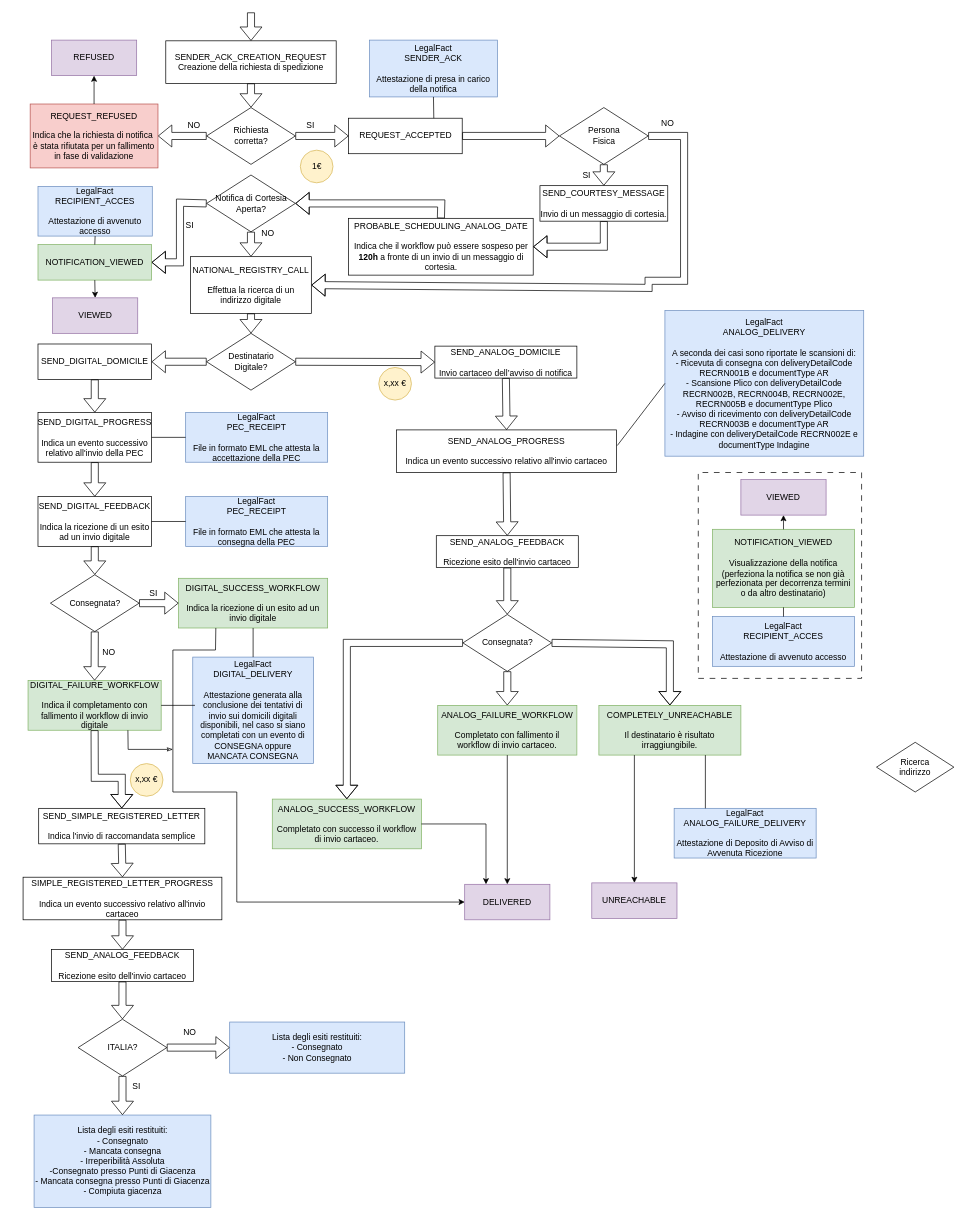
marcogarbujoabaco/drawio keeps this draw.io diagram as page "Spedizione" (5 of 5) of Easy Notification.drawio. Above is the earlier version. Source tidied: cells renumbered, new cells numbered last; positions are measured from the earlier drawing's top-left corner, leaving out a move shared by most shapes. Both pictures are drawn from the tidied source at 71%, with x=0, y=0 at pixel (23, 12).
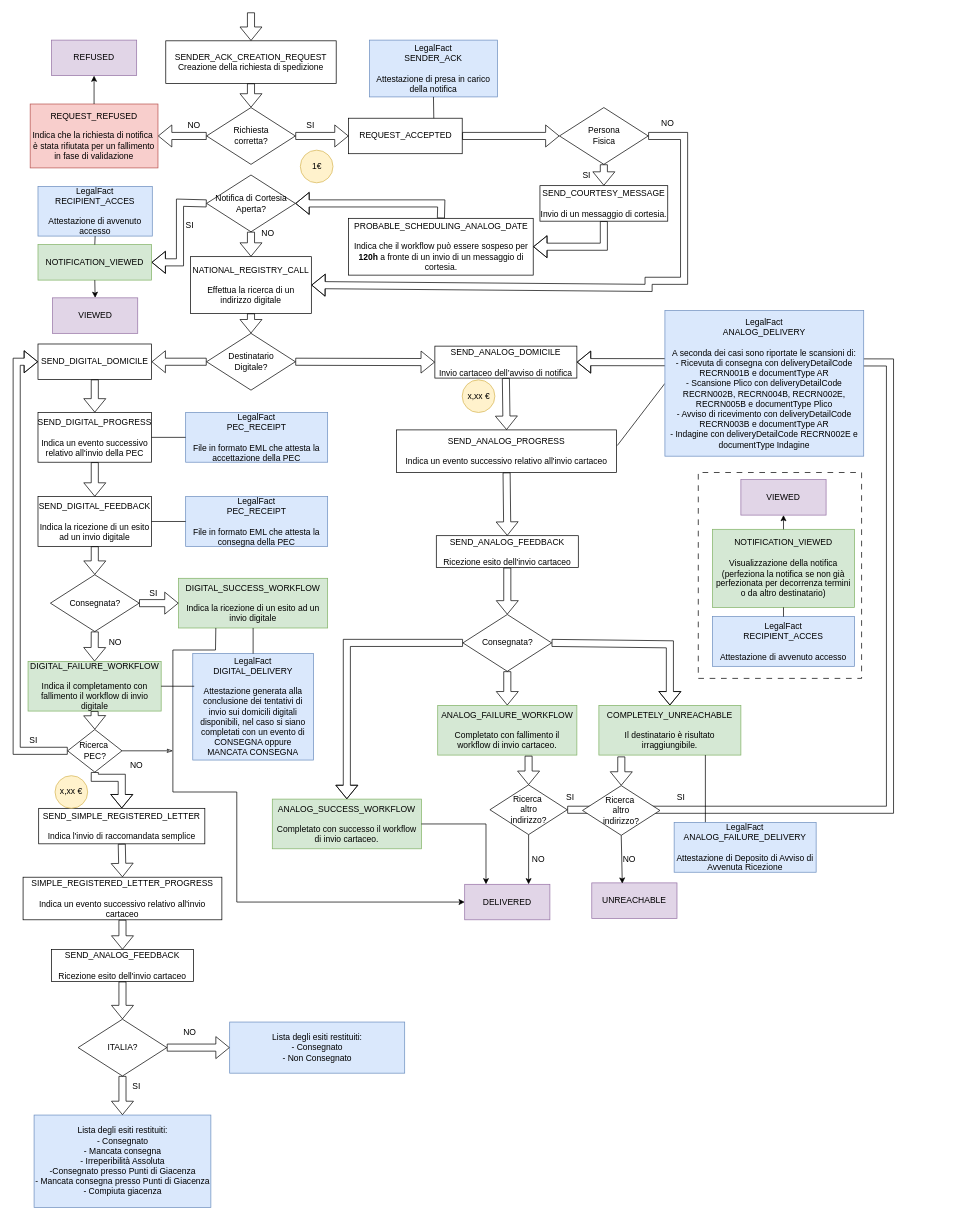
The same diagram, later.

Unchanged cells that the change refers to:
```xml
<mxCell id="9" value="SEND_DIGITAL_DOMICILE" style="rounded=0;whiteSpace=wrap;html=1;" parent="1" vertex="1">
  <mxGeometry x="21" y="467" width="160" height="50" as="geometry" />
</mxCell>
<mxCell id="15" value="SEND_ANALOG_DOMICILE&lt;div&gt;&lt;br&gt;&lt;/div&gt;&lt;div&gt;Invio cartaceo dell’avviso di notifica&lt;/div&gt;" style="rounded=0;whiteSpace=wrap;html=1;" parent="1" vertex="1">
  <mxGeometry x="580" y="470" width="200" height="45" as="geometry" />
</mxCell>
<mxCell id="19" value="ANALOG_FAILURE_WORKFLOW&lt;div&gt;&lt;br&gt;&lt;/div&gt;&lt;div&gt;Completato con fallimento il workflow di invio cartaceo.&lt;/div&gt;" style="rounded=0;whiteSpace=wrap;html=1;fillColor=#d5e8d4;strokeColor=#82b366;" parent="1" vertex="1">
  <mxGeometry x="584" y="976" width="196" height="70" as="geometry" />
</mxCell>
<mxCell id="20" value="COMPLETELY_UNREACHABLE&lt;div&gt;&lt;br&gt;&lt;/div&gt;&lt;div&gt;Il destinatario è risultato irraggiungibile.&lt;/div&gt;" style="rounded=0;whiteSpace=wrap;html=1;fillColor=#d5e8d4;strokeColor=#82b366;" parent="1" vertex="1">
  <mxGeometry x="811" y="976" width="200" height="70" as="geometry" />
</mxCell>
<mxCell id="29" value="SEND_SIMPLE_REGISTERED_LETTER&lt;div&gt;&lt;br&gt;&lt;/div&gt;&lt;div&gt;Indica l'invio di raccomandata semplice&lt;/div&gt;" style="rounded=0;whiteSpace=wrap;html=1;" parent="1" vertex="1">
  <mxGeometry x="22" y="1121" width="234" height="50" as="geometry" />
</mxCell>
<mxCell id="87" value="DELIVERED" style="rounded=0;whiteSpace=wrap;html=1;fillColor=#e1d5e7;strokeColor=#9673a6;" parent="1" vertex="1">
  <mxGeometry x="622" y="1228" width="120" height="50" as="geometry" />
</mxCell>
<mxCell id="92" value="UNREACHABLE" style="rounded=0;whiteSpace=wrap;html=1;fillColor=#e1d5e7;strokeColor=#9673a6;" parent="1" vertex="1">
  <mxGeometry x="801" y="1226" width="120" height="50" as="geometry" />
</mxCell>
```

Diff of the diagram source:
```diff
@@
     <mxCell id="14" value="DIGITAL_FAILURE_WORKFLOW&lt;div&gt;&lt;br&gt;&lt;/div&gt;&lt;div&gt;Indica il completamento con fallimento il workflow di invio digitale&lt;/div&gt;" style="rounded=0;whiteSpace=wrap;html=1;fillColor=#d5e8d4;strokeColor=#82b366;" parent="1" vertex="1">
-      <mxGeometry x="7" y="941" width="187.5" height="70" as="geometry" />
+      <mxGeometry x="7" y="914" width="187.5" height="70" as="geometry" />
     </mxCell>
@@
-    <mxCell id="21" value="LegalFact&lt;div&gt;ANALOG_FAILURE_DELIVERY&lt;/div&gt;&lt;div&gt;&lt;br&gt;&lt;/div&gt;&lt;div&gt;Attestazione di Deposito di Avviso di Avvenuta Ricezione&lt;/div&gt;" style="rounded=0;whiteSpace=wrap;html=1;fillColor=#dae8fc;strokeColor=#6c8ebf;" parent="1" vertex="1">
-      <mxGeometry x="917" y="1121" width="200" height="70" as="geometry" />
-    </mxCell>
@@
-    <mxCell id="27" value="LegalFact&lt;div&gt;ANALOG_DELIVERY&lt;/div&gt;&lt;div&gt;&lt;br&gt;&lt;/div&gt;&lt;div&gt;&lt;div&gt;A seconda dei casi sono riportate le scansioni di:&lt;/div&gt;&lt;div&gt;- Ricevuta di consegna con deliveryDetailCode RECRN001B e documentType AR&lt;/div&gt;&lt;div&gt;- Scansione Plico con deliveryDetailCode RECRN002B, RECRN004B, RECRN002E, RECRN005B e documentType Plico&lt;/div&gt;&lt;div&gt;- Avviso di ricevimento con deliveryDetailCode RECRN003B e documentType AR&lt;/div&gt;&lt;div&gt;- Indagine con deliveryDetailCode RECRN002E e documentType Indagine&lt;/div&gt;&lt;/div&gt;" style="rounded=0;whiteSpace=wrap;html=1;fillColor=#dae8fc;strokeColor=#6c8ebf;" parent="1" vertex="1">
-      <mxGeometry x="904" y="420" width="280" height="205" as="geometry" />
-    </mxCell>
@@
     <mxCell id="56" value="LegalFact&lt;div&gt;&lt;div&gt;DIGITAL_DELIVERY&lt;/div&gt;&lt;div&gt;&lt;br&gt;&lt;/div&gt;&lt;div&gt;Attestazione generata alla conclusione dei tentativi di invio sui domicili digitali disponibili, nel caso si siano completati con un evento di CONSEGNA oppure MANCATA CONSEGNA&lt;/div&gt;&lt;/div&gt;" style="rounded=0;whiteSpace=wrap;html=1;fillColor=#dae8fc;strokeColor=#6c8ebf;" parent="1" vertex="1">
-      <mxGeometry x="239" y="908" width="170" height="150" as="geometry" />
+      <mxGeometry x="239" y="903" width="170" height="150" as="geometry" />
     </mxCell>
@@
-    <mxCell id="61" style="endArrow=none;html=1;rounded=0;exitX=1;exitY=0.5;exitDx=0;exitDy=0;entryX=0.018;entryY=0.453;entryDx=0;entryDy=0;entryPerimeter=0;" parent="1" edge="1" source="14" target="56">
+    <mxCell id="61" style="endArrow=none;html=1;rounded=0;exitX=1;exitY=0.5;exitDx=0;exitDy=0;entryX=0.012;entryY=0.307;entryDx=0;entryDy=0;entryPerimeter=0;" parent="1" edge="1" source="14" target="56">
       <mxGeometry relative="1" as="geometry" />
     </mxCell>
@@
-    <mxCell id="63" style="shape=flexArrow;endArrow=classic;html=1;rounded=0;entryX=0.5;entryY=0;entryDx=0;entryDy=0;exitX=0.5;exitY=1;exitDx=0;exitDy=0;" parent="1" edge="1" source="14" target="29">
+    <mxCell id="63" style="shape=flexArrow;endArrow=classic;html=1;rounded=0;entryX=0.5;entryY=0;entryDx=0;entryDy=0;exitX=0.5;exitY=1;exitDx=0;exitDy=0;" parent="1" edge="1" source="117" target="29">
       <mxGeometry relative="1" as="geometry">
         <Array as="points">
           <mxPoint x="101" y="1078" />
           <mxPoint x="139" y="1078" />
         </Array>
       </mxGeometry>
     </mxCell>
     <mxCell id="64" value="NO" style="text;html=1;align=center;verticalAlign=middle;whiteSpace=wrap;rounded=0;" parent="1" vertex="1">
-      <mxGeometry x="91" y="887" width="60" height="30" as="geometry" />
+      <mxGeometry x="100" y="873" width="60" height="30" as="geometry" />
     </mxCell>
@@
     <mxCell id="85" value="x,xx €" style="ellipse;whiteSpace=wrap;html=1;fillColor=#fff2cc;strokeColor=#d6b656;" parent="1" vertex="1">
-      <mxGeometry x="151" y="1058" width="46" height="46" as="geometry" />
+      <mxGeometry x="45" y="1075" width="46" height="46" as="geometry" />
     </mxCell>
     <mxCell id="86" value="x,xx €" style="ellipse;whiteSpace=wrap;html=1;fillColor=#fff2cc;strokeColor=#d6b656;" parent="1" vertex="1">
-      <mxGeometry x="501" y="500" width="46" height="46" as="geometry" />
+      <mxGeometry x="618.5" y="517.5" width="46" height="46" as="geometry" />
     </mxCell>
@@
-    <mxCell id="88" style="endArrow=classic;html=1;rounded=0;entryX=0.5;entryY=0;entryDx=0;entryDy=0;exitX=0.5;exitY=1;exitDx=0;exitDy=0;" parent="1" edge="1" source="19" target="87">
+    <mxCell id="88" style="endArrow=classic;html=1;rounded=0;entryX=0.75;entryY=0;entryDx=0;entryDy=0;exitX=0.5;exitY=1;exitDx=0;exitDy=0;" parent="1" edge="1" source="108" target="87">
       <mxGeometry relative="1" as="geometry" />
     </mxCell>
@@
-    <mxCell id="91" style="endArrow=classicThin;html=1;rounded=0;exitX=0.75;exitY=1;exitDx=0;exitDy=0;endFill=0;" parent="1" edge="1" source="14">
+    <mxCell id="91" style="endArrow=classicThin;html=1;rounded=0;exitX=1;exitY=0.5;exitDx=0;exitDy=0;endFill=0;" parent="1" edge="1" source="117">
       <mxGeometry relative="1" as="geometry">
-        <mxPoint x="211" y="1038" as="targetPoint" />
-        <Array as="points">
-          <mxPoint x="148" y="1038" />
-        </Array>
+        <mxPoint x="211" y="1040" as="targetPoint" />
       </mxGeometry>
     </mxCell>
@@
-    <mxCell id="93" style="endArrow=classic;html=1;rounded=0;entryX=0.5;entryY=0;entryDx=0;entryDy=0;exitX=0.25;exitY=1;exitDx=0;exitDy=0;" parent="1" edge="1" source="20" target="92">
+    <mxCell id="93" style="endArrow=classic;html=1;rounded=0;entryX=0.358;entryY=0.02;entryDx=0;entryDy=0;exitX=0.5;exitY=1;exitDx=0;exitDy=0;entryPerimeter=0;" parent="1" edge="1" source="110" target="92">
       <mxGeometry relative="1" as="geometry" />
     </mxCell>
@@
+    <mxCell id="109" style="shape=flexArrow;endArrow=classic;html=1;rounded=0;exitX=1;exitY=0.5;exitDx=0;exitDy=0;entryX=1;entryY=0.5;entryDx=0;entryDy=0;" parent="1" edge="1" source="108" target="15">
+      <mxGeometry relative="1" as="geometry">
+        <Array as="points">
+          <mxPoint x="1221" y="1123" />
+          <mxPoint x="1221" y="493" />
+        </Array>
+      </mxGeometry>
+    </mxCell>
-    <mxCell id="108" value="Ricerca&lt;div&gt;indirizzo&lt;/div&gt;" style="rhombus;whiteSpace=wrap;html=1;" parent="1" vertex="1">
-      <mxGeometry x="1202" y="1028" width="109" height="70" as="geometry" />
+    <mxCell id="108" value="Ricerca&amp;nbsp;&lt;div&gt;altro&lt;div&gt;indirizzo?&lt;/div&gt;&lt;/div&gt;" style="rhombus;whiteSpace=wrap;html=1;" parent="1" vertex="1">
+      <mxGeometry x="657.5" y="1088" width="109" height="70" as="geometry" />
     </mxCell>
+    <mxCell id="110" value="Ricerca&amp;nbsp;&lt;div&gt;altro&lt;div&gt;indirizzo?&lt;/div&gt;&lt;/div&gt;" style="rhombus;whiteSpace=wrap;html=1;" parent="1" vertex="1">
+      <mxGeometry x="788" y="1089" width="109" height="70" as="geometry" />
+    </mxCell>
+    <mxCell id="111" style="shape=flexArrow;endArrow=classic;html=1;rounded=0;entryX=0.5;entryY=0;entryDx=0;entryDy=0;exitX=0.653;exitY=1.014;exitDx=0;exitDy=0;exitPerimeter=0;" parent="1" edge="1" source="19" target="108">
+      <mxGeometry relative="1" as="geometry" />
+    </mxCell>
+    <mxCell id="112" style="shape=flexArrow;endArrow=classic;html=1;rounded=0;entryX=0.5;entryY=0;entryDx=0;entryDy=0;exitX=0.158;exitY=1.029;exitDx=0;exitDy=0;exitPerimeter=0;" parent="1" edge="1" source="20" target="110">
+      <mxGeometry relative="1" as="geometry" />
+    </mxCell>
+    <mxCell id="21" value="LegalFact&lt;div&gt;ANALOG_FAILURE_DELIVERY&lt;/div&gt;&lt;div&gt;&lt;br&gt;&lt;/div&gt;&lt;div&gt;Attestazione di Deposito di Avviso di Avvenuta Ricezione&lt;/div&gt;" style="rounded=0;whiteSpace=wrap;html=1;fillColor=#dae8fc;strokeColor=#6c8ebf;" parent="1" vertex="1">
+      <mxGeometry x="917" y="1141" width="200" height="70" as="geometry" />
+    </mxCell>
+    <mxCell id="27" value="LegalFact&lt;div&gt;ANALOG_DELIVERY&lt;/div&gt;&lt;div&gt;&lt;br&gt;&lt;/div&gt;&lt;div&gt;&lt;div&gt;A seconda dei casi sono riportate le scansioni di:&lt;/div&gt;&lt;div&gt;- Ricevuta di consegna con deliveryDetailCode RECRN001B e documentType AR&lt;/div&gt;&lt;div&gt;- Scansione Plico con deliveryDetailCode RECRN002B, RECRN004B, RECRN002E, RECRN005B e documentType Plico&lt;/div&gt;&lt;div&gt;- Avviso di ricevimento con deliveryDetailCode RECRN003B e documentType AR&lt;/div&gt;&lt;div&gt;- Indagine con deliveryDetailCode RECRN002E e documentType Indagine&lt;/div&gt;&lt;/div&gt;" style="rounded=0;whiteSpace=wrap;html=1;fillColor=#dae8fc;strokeColor=#6c8ebf;" parent="1" vertex="1">
+      <mxGeometry x="904" y="420" width="280" height="205" as="geometry" />
+    </mxCell>
+    <mxCell id="113" value="SI" style="text;html=1;align=center;verticalAlign=middle;whiteSpace=wrap;rounded=0;" parent="1" vertex="1">
+      <mxGeometry x="897" y="1091" width="60" height="30" as="geometry" />
+    </mxCell>
+    <mxCell id="114" value="SI" style="text;html=1;align=center;verticalAlign=middle;whiteSpace=wrap;rounded=0;" parent="1" vertex="1">
+      <mxGeometry x="741" y="1091" width="60" height="30" as="geometry" />
+    </mxCell>
+    <mxCell id="115" value="NO" style="text;html=1;align=center;verticalAlign=middle;whiteSpace=wrap;rounded=0;" parent="1" vertex="1">
+      <mxGeometry x="695.5" y="1178" width="60" height="30" as="geometry" />
+    </mxCell>
+    <mxCell id="116" value="NO" style="text;html=1;align=center;verticalAlign=middle;whiteSpace=wrap;rounded=0;" parent="1" vertex="1">
+      <mxGeometry x="823.5" y="1178" width="60" height="30" as="geometry" />
+    </mxCell>
+    <mxCell id="117" value="Ricerca&amp;nbsp;&lt;div&gt;PEC?&lt;/div&gt;" style="rhombus;whiteSpace=wrap;html=1;" parent="1" vertex="1">
+      <mxGeometry x="62.8" y="1010" width="76.5" height="60" as="geometry" />
+    </mxCell>
+    <mxCell id="118" style="shape=flexArrow;endArrow=classic;html=1;rounded=0;entryX=0.5;entryY=0;entryDx=0;entryDy=0;exitX=0.5;exitY=1;exitDx=0;exitDy=0;" parent="1" edge="1" source="14" target="117">
+      <mxGeometry relative="1" as="geometry" />
+    </mxCell>
+    <mxCell id="119" style="shape=flexArrow;endArrow=classic;html=1;rounded=0;exitX=0;exitY=0.5;exitDx=0;exitDy=0;entryX=0;entryY=0.5;entryDx=0;entryDy=0;" parent="1" edge="1" source="117" target="9">
+      <mxGeometry relative="1" as="geometry">
+        <Array as="points">
+          <mxPoint x="-9" y="1040" />
+          <mxPoint x="-9" y="492" />
+        </Array>
+      </mxGeometry>
+    </mxCell>
+    <mxCell id="120" value="NO" style="text;html=1;align=center;verticalAlign=middle;whiteSpace=wrap;rounded=0;" parent="1" vertex="1">
+      <mxGeometry x="130" y="1046" width="60" height="30" as="geometry" />
+    </mxCell>
+    <mxCell id="121" value="SI" style="text;html=1;align=center;verticalAlign=middle;whiteSpace=wrap;rounded=0;" parent="1" vertex="1">
+      <mxGeometry x="-15" y="1010" width="60" height="30" as="geometry" />
+    </mxCell>
```
